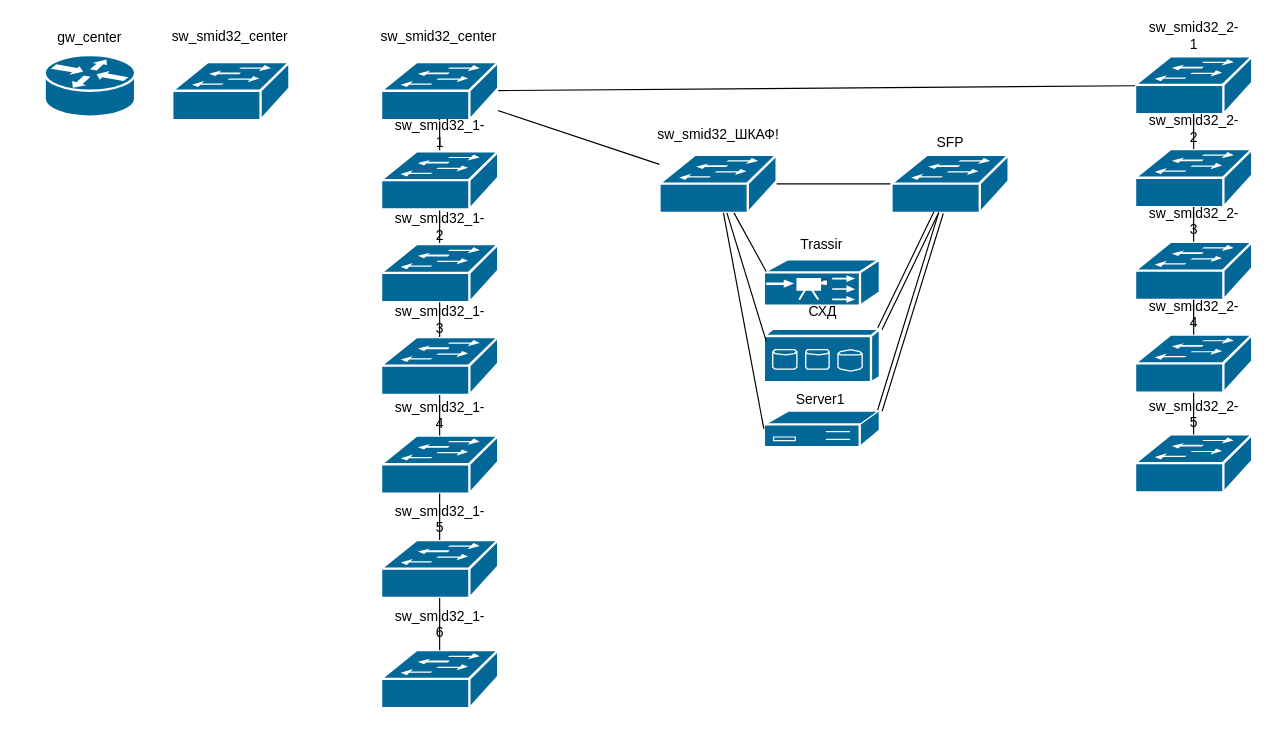
This is Untitled Diagram.drawio from aleksandr-Shubin-83/netology-test, a draw.io file, before an edit. Source tidied: cells renumbered, new cells numbered last; positions are measured from the earlier drawing's top-left corner, leaving out a move shared by most shapes. Both pictures are drawn from the tidied source at 116%, with x=0, y=0 at pixel (44, 20).
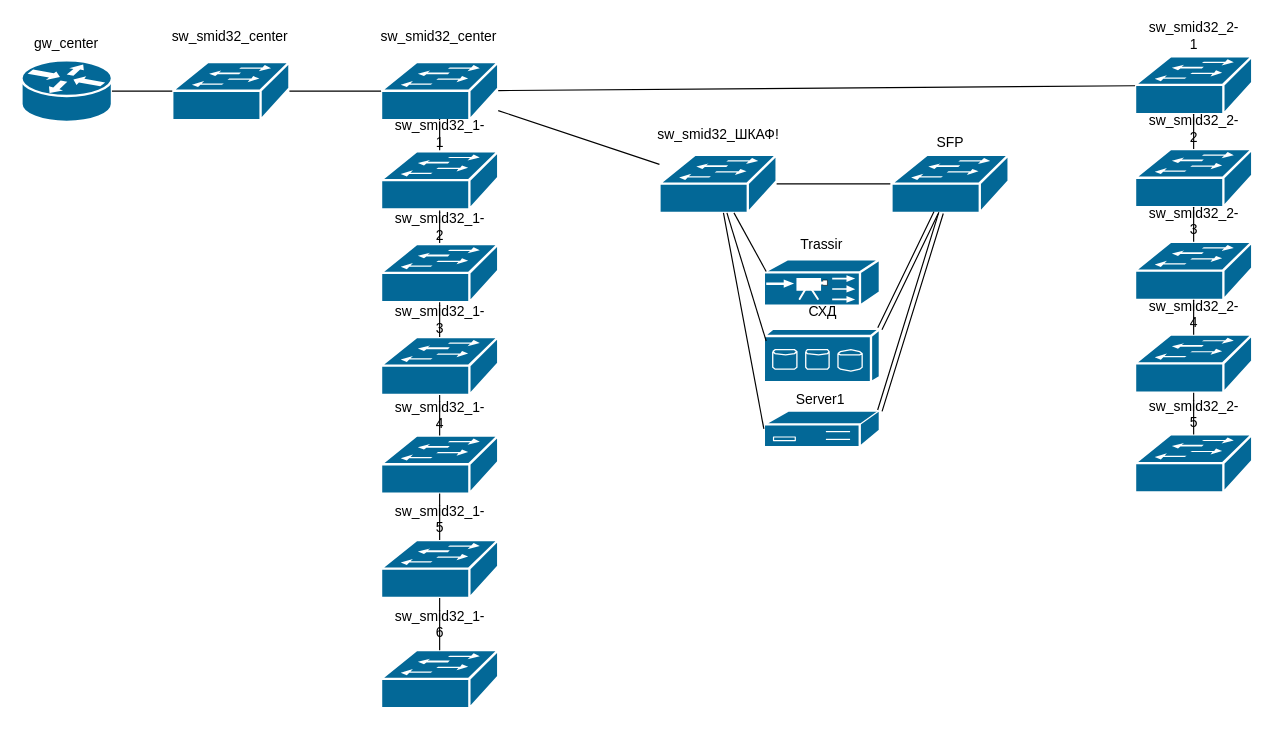
The same diagram, later.

The change refers to these unchanged cells:
```xml
<mxCell id="5" style="shape=mxgraph.cisco.routers.router;dashed=0;fillColor=#036897;strokeColor=#ffffff;strokeWidth=2;verticalLabelPosition=bottom;verticalAlign=top;align=center;outlineConnect=0;gradientColor=none;textShadow=0;html=1;" parent="4" vertex="1">
  <mxGeometry y="30" width="78" height="53" as="geometry" />
</mxCell>
<mxCell id="8" style="shape=mxgraph.cisco.switches.workgroup_switch;html=1;dashed=0;fillColor=#036897;strokeColor=#ffffff;strokeWidth=2;verticalLabelPosition=bottom;verticalAlign=top;align=center;outlineConnect=0;" parent="7" vertex="1">
  <mxGeometry y="30" width="101" height="50" as="geometry" />
</mxCell>
<mxCell id="52" style="shape=mxgraph.cisco.switches.workgroup_switch;html=1;dashed=0;fillColor=#036897;strokeColor=#ffffff;strokeWidth=2;verticalLabelPosition=bottom;verticalAlign=top;align=center;outlineConnect=0;" parent="51" vertex="1">
  <mxGeometry y="30" width="101" height="50" as="geometry" />
</mxCell>
```

The edit, as a diff of the source:
```diff
@@
     <mxCell id="4" style="group;" parent="1" vertex="1">
-      <mxGeometry width="78" height="83" as="geometry" />
+      <mxGeometry x="-20" y="4.5" width="78" height="83" as="geometry" />
     </mxCell>
@@
+    <mxCell id="77" style="endArrow=none;html=1;rounded=0;" parent="1" edge="1" source="52" target="8">
+      <mxGeometry relative="1" as="geometry" />
+    </mxCell>
+    <mxCell id="78" style="endArrow=none;html=1;rounded=0;" parent="1" edge="1" source="5" target="52">
+      <mxGeometry relative="1" as="geometry" />
+    </mxCell>
```
